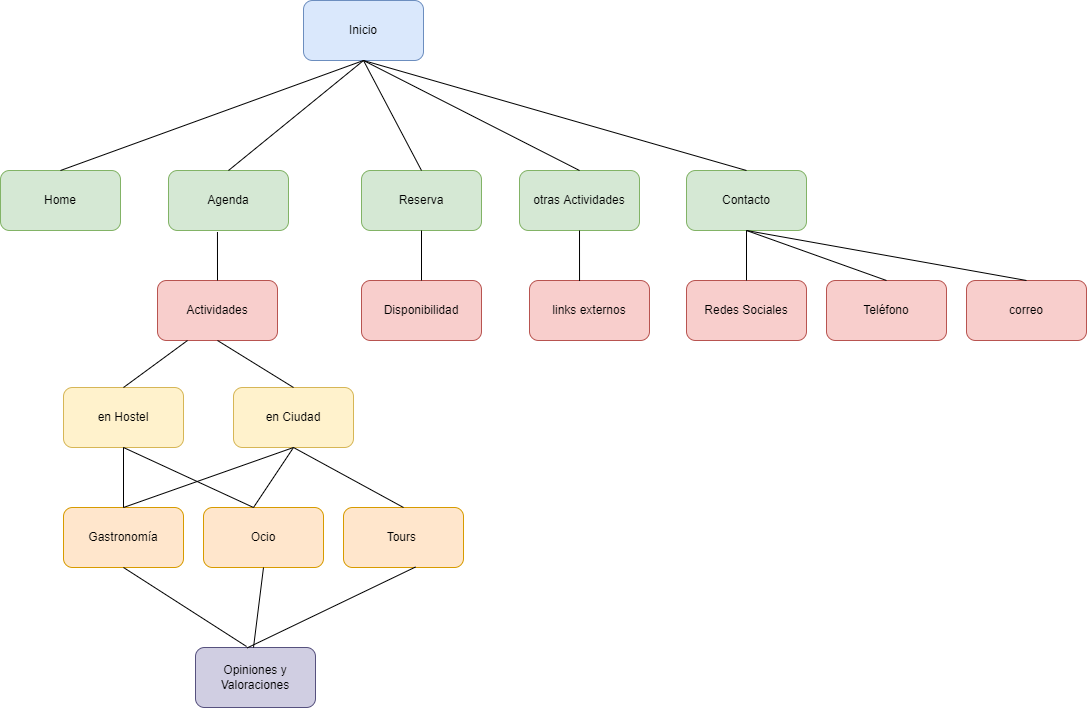
Earlier version of the draw.io export P2/img/SiteMap.png (Gogilga/DIU). Source tidied: cells renumbered, new cells last; positions are measured from the earlier drawing's top-left corner, leaving out a move shared by most shapes. Its diagram source:
```xml
<mxGraphModel>
  <root>
    <mxCell id="0" />
    <mxCell id="1" parent="0" />
    <mxCell id="2" value="Inicio" style="rounded=1;whiteSpace=wrap;html=1;fillColor=#dae8fc;strokeColor=#6c8ebf;" parent="1" vertex="1">
      <mxGeometry x="303" width="120" height="60" as="geometry" />
    </mxCell>
    <mxCell id="3" value="Actividades" style="rounded=1;whiteSpace=wrap;html=1;fillColor=#f8cecc;strokeColor=#b85450;" parent="1" vertex="1">
      <mxGeometry x="157" y="280" width="120" height="60" as="geometry" />
    </mxCell>
    <mxCell id="4" value="Ocio" style="rounded=1;whiteSpace=wrap;html=1;fillColor=#ffe6cc;strokeColor=#d79b00;" parent="1" vertex="1">
      <mxGeometry x="203" y="507" width="120" height="60" as="geometry" />
    </mxCell>
    <mxCell id="5" value="Gastronomía" style="rounded=1;whiteSpace=wrap;html=1;fillColor=#ffe6cc;strokeColor=#d79b00;" parent="1" vertex="1">
      <mxGeometry x="63" y="507" width="120" height="60" as="geometry" />
    </mxCell>
    <mxCell id="6" value="Tours&amp;nbsp;" style="rounded=1;whiteSpace=wrap;html=1;fillColor=#ffe6cc;strokeColor=#d79b00;" parent="1" vertex="1">
      <mxGeometry x="343" y="507" width="120" height="60" as="geometry" />
    </mxCell>
    <mxCell id="7" value="Reserva" style="rounded=1;whiteSpace=wrap;html=1;fillColor=#d5e8d4;strokeColor=#82b366;" parent="1" vertex="1">
      <mxGeometry x="361" y="170" width="120" height="60" as="geometry" />
    </mxCell>
    <mxCell id="8" style="endArrow=none;html=1;rounded=0;entryX=0.5;entryY=0;entryDx=0;entryDy=0;exitX=0.5;exitY=1;exitDx=0;exitDy=0;" parent="1" edge="1" source="2" target="7">
      <mxGeometry relative="1" as="geometry" />
    </mxCell>
    <mxCell id="9" value="Agenda" style="rounded=1;whiteSpace=wrap;html=1;fillColor=#d5e8d4;strokeColor=#82b366;" parent="1" vertex="1">
      <mxGeometry x="168" y="170" width="120" height="60" as="geometry" />
    </mxCell>
    <mxCell id="10" value="en Hostel" style="rounded=1;whiteSpace=wrap;html=1;fillColor=#fff2cc;strokeColor=#d6b656;" parent="1" vertex="1">
      <mxGeometry x="63" y="387" width="120" height="60" as="geometry" />
    </mxCell>
    <mxCell id="11" value="en Ciudad" style="rounded=1;whiteSpace=wrap;html=1;fillColor=#fff2cc;strokeColor=#d6b656;" parent="1" vertex="1">
      <mxGeometry x="233" y="387" width="120" height="60" as="geometry" />
    </mxCell>
    <mxCell id="12" style="endArrow=none;html=1;rounded=0;exitX=0.5;exitY=0;exitDx=0;exitDy=0;" parent="1" edge="1" source="10">
      <mxGeometry relative="1" as="geometry">
        <mxPoint x="187" y="340" as="targetPoint" />
      </mxGeometry>
    </mxCell>
    <mxCell id="13" style="endArrow=none;html=1;rounded=0;entryX=0.5;entryY=1;entryDx=0;entryDy=0;exitX=0.5;exitY=0;exitDx=0;exitDy=0;" parent="1" edge="1" source="11" target="3">
      <mxGeometry relative="1" as="geometry" />
    </mxCell>
    <mxCell id="14" style="endArrow=none;html=1;rounded=0;entryX=0.5;entryY=1;entryDx=0;entryDy=0;exitX=0.5;exitY=0;exitDx=0;exitDy=0;" parent="1" edge="1" source="5" target="10">
      <mxGeometry relative="1" as="geometry" />
    </mxCell>
    <mxCell id="15" style="endArrow=none;html=1;rounded=0;exitX=0.5;exitY=1;exitDx=0;exitDy=0;" parent="1" edge="1" source="10">
      <mxGeometry relative="1" as="geometry">
        <mxPoint x="253" y="507" as="targetPoint" />
      </mxGeometry>
    </mxCell>
    <mxCell id="16" style="endArrow=none;html=1;rounded=0;entryX=0.5;entryY=1;entryDx=0;entryDy=0;exitX=0.5;exitY=0;exitDx=0;exitDy=0;" parent="1" edge="1" source="6" target="11">
      <mxGeometry relative="1" as="geometry" />
    </mxCell>
    <mxCell id="17" style="endArrow=none;html=1;rounded=0;" parent="1" edge="1">
      <mxGeometry relative="1" as="geometry">
        <mxPoint x="123" y="507" as="sourcePoint" />
        <mxPoint x="293" y="447" as="targetPoint" />
      </mxGeometry>
    </mxCell>
    <mxCell id="18" style="endArrow=none;html=1;rounded=0;entryX=0.5;entryY=1;entryDx=0;entryDy=0;" parent="1" edge="1" target="11">
      <mxGeometry relative="1" as="geometry">
        <mxPoint x="253" y="507" as="sourcePoint" />
      </mxGeometry>
    </mxCell>
    <mxCell id="19" style="endArrow=none;html=1;rounded=0;entryX=0.408;entryY=1.025;entryDx=0;entryDy=0;entryPerimeter=0;exitX=0.5;exitY=0;exitDx=0;exitDy=0;" parent="1" edge="1" source="3" target="9">
      <mxGeometry relative="1" as="geometry" />
    </mxCell>
    <mxCell id="20" style="endArrow=none;html=1;rounded=0;entryX=0.5;entryY=1;entryDx=0;entryDy=0;exitX=0.5;exitY=0;exitDx=0;exitDy=0;" parent="1" edge="1" source="9" target="2">
      <mxGeometry relative="1" as="geometry" />
    </mxCell>
    <mxCell id="21" value="Opiniones y Valoraciones" style="rounded=1;whiteSpace=wrap;html=1;fillColor=#d0cee2;strokeColor=#56517e;" parent="1" vertex="1">
      <mxGeometry x="195" y="647" width="120" height="60" as="geometry" />
    </mxCell>
    <mxCell id="22" style="endArrow=none;html=1;rounded=0;entryX=0.442;entryY=-0.017;entryDx=0;entryDy=0;entryPerimeter=0;exitX=0.5;exitY=1;exitDx=0;exitDy=0;" parent="1" edge="1" source="5">
      <mxGeometry relative="1" as="geometry">
        <mxPoint x="246" y="646" as="targetPoint" />
      </mxGeometry>
    </mxCell>
    <mxCell id="23" style="endArrow=none;html=1;rounded=0;entryX=0.5;entryY=1;entryDx=0;entryDy=0;exitX=0.5;exitY=0;exitDx=0;exitDy=0;" parent="1" edge="1" target="4">
      <mxGeometry relative="1" as="geometry">
        <mxPoint x="253" y="647" as="sourcePoint" />
      </mxGeometry>
    </mxCell>
    <mxCell id="24" style="endArrow=none;html=1;rounded=0;entryX=0.6;entryY=0.992;entryDx=0;entryDy=0;entryPerimeter=0;exitX=0.446;exitY=0.008;exitDx=0;exitDy=0;exitPerimeter=0;" parent="1" edge="1" target="6">
      <mxGeometry relative="1" as="geometry">
        <mxPoint x="246.5" y="647.5" as="sourcePoint" />
      </mxGeometry>
    </mxCell>
    <mxCell id="25" value="Disponibilidad" style="rounded=1;whiteSpace=wrap;html=1;fillColor=#f8cecc;strokeColor=#b85450;" parent="1" vertex="1">
      <mxGeometry x="361" y="280" width="120" height="60" as="geometry" />
    </mxCell>
    <mxCell id="26" style="endArrow=none;html=1;rounded=0;entryX=0.5;entryY=1;entryDx=0;entryDy=0;exitX=0.5;exitY=0;exitDx=0;exitDy=0;" parent="1" edge="1" source="25" target="7">
      <mxGeometry relative="1" as="geometry" />
    </mxCell>
    <mxCell id="27" value="Home" style="rounded=1;whiteSpace=wrap;html=1;fillColor=#d5e8d4;strokeColor=#82b366;" parent="1" vertex="1">
      <mxGeometry y="170" width="120" height="60" as="geometry" />
    </mxCell>
    <mxCell id="28" style="endArrow=none;html=1;rounded=0;entryX=0.5;entryY=1;entryDx=0;entryDy=0;exitX=0.5;exitY=0;exitDx=0;exitDy=0;" parent="1" edge="1" source="27" target="2">
      <mxGeometry relative="1" as="geometry" />
    </mxCell>
    <mxCell id="29" value="otras Actividades" style="rounded=1;whiteSpace=wrap;html=1;fillColor=#d5e8d4;strokeColor=#82b366;" parent="1" vertex="1">
      <mxGeometry x="519" y="170" width="120" height="60" as="geometry" />
    </mxCell>
    <mxCell id="30" style="endArrow=none;html=1;rounded=0;exitX=0.5;exitY=1;exitDx=0;exitDy=0;entryX=0.5;entryY=0;entryDx=0;entryDy=0;" parent="1" edge="1" source="2" target="29">
      <mxGeometry relative="1" as="geometry" />
    </mxCell>
    <mxCell id="31" value="links externos" style="rounded=1;whiteSpace=wrap;html=1;fillColor=#f8cecc;strokeColor=#b85450;" parent="1" vertex="1">
      <mxGeometry x="529" y="280" width="120" height="60" as="geometry" />
    </mxCell>
    <mxCell id="32" style="endArrow=none;html=1;rounded=0;exitX=0.417;exitY=0.008;exitDx=0;exitDy=0;exitPerimeter=0;" parent="1" edge="1" source="31" target="29">
      <mxGeometry relative="1" as="geometry" />
    </mxCell>
    <mxCell id="33" value="Contacto" style="rounded=1;whiteSpace=wrap;html=1;fillColor=#d5e8d4;strokeColor=#82b366;" parent="1" vertex="1">
      <mxGeometry x="686" y="170" width="120" height="60" as="geometry" />
    </mxCell>
    <mxCell id="34" value="Redes Sociales" style="rounded=1;whiteSpace=wrap;html=1;fillColor=#f8cecc;strokeColor=#b85450;" parent="1" vertex="1">
      <mxGeometry x="686" y="280" width="120" height="60" as="geometry" />
    </mxCell>
    <mxCell id="35" value="Teléfono" style="rounded=1;whiteSpace=wrap;html=1;fillColor=#f8cecc;strokeColor=#b85450;" parent="1" vertex="1">
      <mxGeometry x="826" y="280" width="120" height="60" as="geometry" />
    </mxCell>
    <mxCell id="36" style="endArrow=none;html=1;rounded=0;entryX=0.5;entryY=1;entryDx=0;entryDy=0;exitX=0.5;exitY=0;exitDx=0;exitDy=0;" parent="1" edge="1" source="34" target="33">
      <mxGeometry relative="1" as="geometry" />
    </mxCell>
    <mxCell id="37" style="endArrow=none;html=1;rounded=0;entryX=0.5;entryY=1;entryDx=0;entryDy=0;exitX=0.5;exitY=0;exitDx=0;exitDy=0;" parent="1" edge="1" source="35" target="33">
      <mxGeometry relative="1" as="geometry" />
    </mxCell>
    <mxCell id="38" style="endArrow=none;html=1;rounded=0;entryX=0.5;entryY=0;entryDx=0;entryDy=0;exitX=0.5;exitY=1;exitDx=0;exitDy=0;" parent="1" edge="1" source="2" target="33">
      <mxGeometry relative="1" as="geometry" />
    </mxCell>
    <mxCell id="39" value="correo" style="rounded=1;whiteSpace=wrap;html=1;fillColor=#f8cecc;strokeColor=#b85450;" parent="1" vertex="1">
      <mxGeometry x="966" y="280" width="120" height="60" as="geometry" />
    </mxCell>
    <mxCell id="40" style="endArrow=none;html=1;rounded=0;entryX=0.5;entryY=1;entryDx=0;entryDy=0;exitX=0.5;exitY=0;exitDx=0;exitDy=0;" parent="1" edge="1" source="39" target="33">
      <mxGeometry relative="1" as="geometry" />
    </mxCell>
  </root>
</mxGraphModel>
```
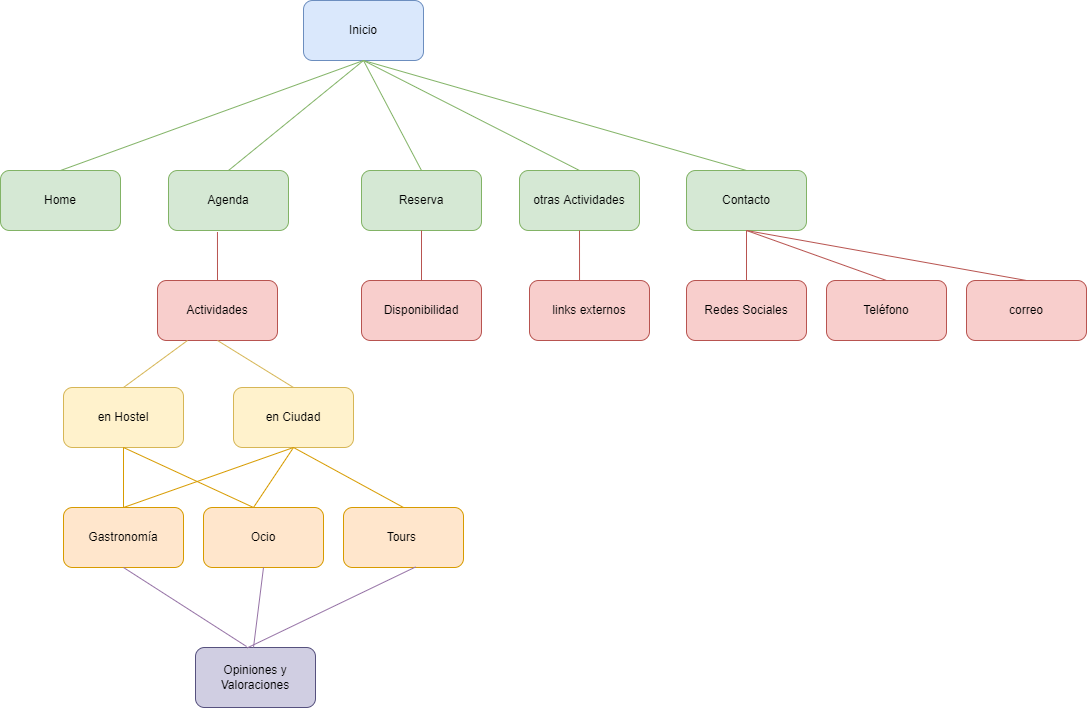
After the commit.

The edit, as a diff of the source:
```diff
@@ -20,7 +20,7 @@
     <mxCell id="7" value="Reserva" style="rounded=1;whiteSpace=wrap;html=1;fillColor=#d5e8d4;strokeColor=#82b366;" parent="1" vertex="1">
       <mxGeometry x="361" y="170" width="120" height="60" as="geometry" />
     </mxCell>
-    <mxCell id="8" style="endArrow=none;html=1;rounded=0;entryX=0.5;entryY=0;entryDx=0;entryDy=0;exitX=0.5;exitY=1;exitDx=0;exitDy=0;" parent="1" edge="1" source="2" target="7">
+    <mxCell id="8" style="endArrow=none;html=1;rounded=0;entryX=0.5;entryY=0;entryDx=0;entryDy=0;exitX=0.5;exitY=1;exitDx=0;exitDy=0;fillColor=#d5e8d4;strokeColor=#82b366;" parent="1" edge="1" source="2" target="7">
       <mxGeometry relative="1" as="geometry" />
     </mxCell>
     <mxCell id="9" value="Agenda" style="rounded=1;whiteSpace=wrap;html=1;fillColor=#d5e8d4;strokeColor=#82b366;" parent="1" vertex="1">
@@ -32,56 +32,56 @@
     <mxCell id="11" value="en Ciudad" style="rounded=1;whiteSpace=wrap;html=1;fillColor=#fff2cc;strokeColor=#d6b656;" parent="1" vertex="1">
       <mxGeometry x="233" y="387" width="120" height="60" as="geometry" />
     </mxCell>
-    <mxCell id="12" style="endArrow=none;html=1;rounded=0;exitX=0.5;exitY=0;exitDx=0;exitDy=0;" parent="1" edge="1" source="10">
+    <mxCell id="12" style="endArrow=none;html=1;rounded=0;exitX=0.5;exitY=0;exitDx=0;exitDy=0;fillColor=#fff2cc;strokeColor=#d6b656;" parent="1" edge="1" source="10">
       <mxGeometry relative="1" as="geometry">
         <mxPoint x="187" y="340" as="targetPoint" />
       </mxGeometry>
     </mxCell>
-    <mxCell id="13" style="endArrow=none;html=1;rounded=0;entryX=0.5;entryY=1;entryDx=0;entryDy=0;exitX=0.5;exitY=0;exitDx=0;exitDy=0;" parent="1" edge="1" source="11" target="3">
+    <mxCell id="13" style="endArrow=none;html=1;rounded=0;entryX=0.5;entryY=1;entryDx=0;entryDy=0;exitX=0.5;exitY=0;exitDx=0;exitDy=0;fillColor=#fff2cc;strokeColor=#d6b656;" parent="1" edge="1" source="11" target="3">
       <mxGeometry relative="1" as="geometry" />
     </mxCell>
-    <mxCell id="14" style="endArrow=none;html=1;rounded=0;entryX=0.5;entryY=1;entryDx=0;entryDy=0;exitX=0.5;exitY=0;exitDx=0;exitDy=0;" parent="1" edge="1" source="5" target="10">
+    <mxCell id="14" style="endArrow=none;html=1;rounded=0;entryX=0.5;entryY=1;entryDx=0;entryDy=0;exitX=0.5;exitY=0;exitDx=0;exitDy=0;fillColor=#ffe6cc;strokeColor=#d79b00;" parent="1" edge="1" source="5" target="10">
       <mxGeometry relative="1" as="geometry" />
     </mxCell>
-    <mxCell id="15" style="endArrow=none;html=1;rounded=0;exitX=0.5;exitY=1;exitDx=0;exitDy=0;" parent="1" edge="1" source="10">
+    <mxCell id="15" style="endArrow=none;html=1;rounded=0;exitX=0.5;exitY=1;exitDx=0;exitDy=0;fillColor=#ffe6cc;strokeColor=#d79b00;" parent="1" edge="1" source="10">
       <mxGeometry relative="1" as="geometry">
         <mxPoint x="253" y="507" as="targetPoint" />
       </mxGeometry>
     </mxCell>
-    <mxCell id="16" style="endArrow=none;html=1;rounded=0;entryX=0.5;entryY=1;entryDx=0;entryDy=0;exitX=0.5;exitY=0;exitDx=0;exitDy=0;" parent="1" edge="1" source="6" target="11">
+    <mxCell id="16" style="endArrow=none;html=1;rounded=0;entryX=0.5;entryY=1;entryDx=0;entryDy=0;exitX=0.5;exitY=0;exitDx=0;exitDy=0;fillColor=#ffe6cc;strokeColor=#d79b00;" parent="1" edge="1" source="6" target="11">
       <mxGeometry relative="1" as="geometry" />
     </mxCell>
-    <mxCell id="17" style="endArrow=none;html=1;rounded=0;" parent="1" edge="1">
+    <mxCell id="17" style="endArrow=none;html=1;rounded=0;fillColor=#ffe6cc;strokeColor=#d79b00;" parent="1" edge="1">
       <mxGeometry relative="1" as="geometry">
         <mxPoint x="123" y="507" as="sourcePoint" />
         <mxPoint x="293" y="447" as="targetPoint" />
       </mxGeometry>
     </mxCell>
-    <mxCell id="18" style="endArrow=none;html=1;rounded=0;entryX=0.5;entryY=1;entryDx=0;entryDy=0;" parent="1" edge="1" target="11">
+    <mxCell id="18" style="endArrow=none;html=1;rounded=0;entryX=0.5;entryY=1;entryDx=0;entryDy=0;fillColor=#ffe6cc;strokeColor=#d79b00;" parent="1" edge="1" target="11">
       <mxGeometry relative="1" as="geometry">
         <mxPoint x="253" y="507" as="sourcePoint" />
       </mxGeometry>
     </mxCell>
-    <mxCell id="19" style="endArrow=none;html=1;rounded=0;entryX=0.408;entryY=1.025;entryDx=0;entryDy=0;entryPerimeter=0;exitX=0.5;exitY=0;exitDx=0;exitDy=0;" parent="1" edge="1" source="3" target="9">
+    <mxCell id="19" style="endArrow=none;html=1;rounded=0;entryX=0.408;entryY=1.025;entryDx=0;entryDy=0;entryPerimeter=0;exitX=0.5;exitY=0;exitDx=0;exitDy=0;fillColor=#f8cecc;strokeColor=#b85450;" parent="1" edge="1" source="3" target="9">
       <mxGeometry relative="1" as="geometry" />
     </mxCell>
-    <mxCell id="20" style="endArrow=none;html=1;rounded=0;entryX=0.5;entryY=1;entryDx=0;entryDy=0;exitX=0.5;exitY=0;exitDx=0;exitDy=0;" parent="1" edge="1" source="9" target="2">
+    <mxCell id="20" style="endArrow=none;html=1;rounded=0;entryX=0.5;entryY=1;entryDx=0;entryDy=0;exitX=0.5;exitY=0;exitDx=0;exitDy=0;fillColor=#d5e8d4;strokeColor=#82b366;" parent="1" edge="1" source="9" target="2">
       <mxGeometry relative="1" as="geometry" />
     </mxCell>
     <mxCell id="21" value="Opiniones y Valoraciones" style="rounded=1;whiteSpace=wrap;html=1;fillColor=#d0cee2;strokeColor=#56517e;" parent="1" vertex="1">
       <mxGeometry x="195" y="647" width="120" height="60" as="geometry" />
     </mxCell>
-    <mxCell id="22" style="endArrow=none;html=1;rounded=0;entryX=0.442;entryY=-0.017;entryDx=0;entryDy=0;entryPerimeter=0;exitX=0.5;exitY=1;exitDx=0;exitDy=0;" parent="1" edge="1" source="5">
+    <mxCell id="22" style="endArrow=none;html=1;rounded=0;entryX=0.442;entryY=-0.017;entryDx=0;entryDy=0;entryPerimeter=0;exitX=0.5;exitY=1;exitDx=0;exitDy=0;fillColor=#e1d5e7;strokeColor=#9673a6;" parent="1" edge="1" source="5">
       <mxGeometry relative="1" as="geometry">
         <mxPoint x="246" y="646" as="targetPoint" />
       </mxGeometry>
     </mxCell>
-    <mxCell id="23" style="endArrow=none;html=1;rounded=0;entryX=0.5;entryY=1;entryDx=0;entryDy=0;exitX=0.5;exitY=0;exitDx=0;exitDy=0;" parent="1" edge="1" target="4">
+    <mxCell id="23" style="endArrow=none;html=1;rounded=0;entryX=0.5;entryY=1;entryDx=0;entryDy=0;exitX=0.5;exitY=0;exitDx=0;exitDy=0;fillColor=#e1d5e7;strokeColor=#9673a6;" parent="1" edge="1" target="4">
       <mxGeometry relative="1" as="geometry">
         <mxPoint x="253" y="647" as="sourcePoint" />
       </mxGeometry>
     </mxCell>
-    <mxCell id="24" style="endArrow=none;html=1;rounded=0;entryX=0.6;entryY=0.992;entryDx=0;entryDy=0;entryPerimeter=0;exitX=0.446;exitY=0.008;exitDx=0;exitDy=0;exitPerimeter=0;" parent="1" edge="1" target="6">
+    <mxCell id="24" style="endArrow=none;html=1;rounded=0;entryX=0.6;entryY=0.992;entryDx=0;entryDy=0;entryPerimeter=0;exitX=0.446;exitY=0.008;exitDx=0;exitDy=0;exitPerimeter=0;fillColor=#e1d5e7;strokeColor=#9673a6;" parent="1" edge="1" target="6">
       <mxGeometry relative="1" as="geometry">
         <mxPoint x="246.5" y="647.5" as="sourcePoint" />
       </mxGeometry>
@@ -89,25 +89,25 @@
     <mxCell id="25" value="Disponibilidad" style="rounded=1;whiteSpace=wrap;html=1;fillColor=#f8cecc;strokeColor=#b85450;" parent="1" vertex="1">
       <mxGeometry x="361" y="280" width="120" height="60" as="geometry" />
     </mxCell>
-    <mxCell id="26" style="endArrow=none;html=1;rounded=0;entryX=0.5;entryY=1;entryDx=0;entryDy=0;exitX=0.5;exitY=0;exitDx=0;exitDy=0;" parent="1" edge="1" source="25" target="7">
+    <mxCell id="26" style="endArrow=none;html=1;rounded=0;entryX=0.5;entryY=1;entryDx=0;entryDy=0;exitX=0.5;exitY=0;exitDx=0;exitDy=0;fillColor=#f8cecc;strokeColor=#b85450;" parent="1" edge="1" source="25" target="7">
       <mxGeometry relative="1" as="geometry" />
     </mxCell>
     <mxCell id="27" value="Home" style="rounded=1;whiteSpace=wrap;html=1;fillColor=#d5e8d4;strokeColor=#82b366;" parent="1" vertex="1">
       <mxGeometry y="170" width="120" height="60" as="geometry" />
     </mxCell>
-    <mxCell id="28" style="endArrow=none;html=1;rounded=0;entryX=0.5;entryY=1;entryDx=0;entryDy=0;exitX=0.5;exitY=0;exitDx=0;exitDy=0;" parent="1" edge="1" source="27" target="2">
+    <mxCell id="28" style="endArrow=none;html=1;rounded=0;entryX=0.5;entryY=1;entryDx=0;entryDy=0;exitX=0.5;exitY=0;exitDx=0;exitDy=0;fillColor=#d5e8d4;strokeColor=#82b366;" parent="1" edge="1" source="27" target="2">
       <mxGeometry relative="1" as="geometry" />
     </mxCell>
     <mxCell id="29" value="otras Actividades" style="rounded=1;whiteSpace=wrap;html=1;fillColor=#d5e8d4;strokeColor=#82b366;" parent="1" vertex="1">
       <mxGeometry x="519" y="170" width="120" height="60" as="geometry" />
     </mxCell>
-    <mxCell id="30" style="endArrow=none;html=1;rounded=0;exitX=0.5;exitY=1;exitDx=0;exitDy=0;entryX=0.5;entryY=0;entryDx=0;entryDy=0;" parent="1" edge="1" source="2" target="29">
+    <mxCell id="30" style="endArrow=none;html=1;rounded=0;exitX=0.5;exitY=1;exitDx=0;exitDy=0;entryX=0.5;entryY=0;entryDx=0;entryDy=0;fillColor=#d5e8d4;strokeColor=#82b366;" parent="1" edge="1" source="2" target="29">
       <mxGeometry relative="1" as="geometry" />
     </mxCell>
     <mxCell id="31" value="links externos" style="rounded=1;whiteSpace=wrap;html=1;fillColor=#f8cecc;strokeColor=#b85450;" parent="1" vertex="1">
       <mxGeometry x="529" y="280" width="120" height="60" as="geometry" />
     </mxCell>
-    <mxCell id="32" style="endArrow=none;html=1;rounded=0;exitX=0.417;exitY=0.008;exitDx=0;exitDy=0;exitPerimeter=0;" parent="1" edge="1" source="31" target="29">
+    <mxCell id="32" style="endArrow=none;html=1;rounded=0;exitX=0.417;exitY=0.008;exitDx=0;exitDy=0;exitPerimeter=0;fillColor=#f8cecc;strokeColor=#b85450;" parent="1" edge="1" source="31" target="29">
       <mxGeometry relative="1" as="geometry" />
     </mxCell>
     <mxCell id="33" value="Contacto" style="rounded=1;whiteSpace=wrap;html=1;fillColor=#d5e8d4;strokeColor=#82b366;" parent="1" vertex="1">
@@ -119,19 +119,19 @@
     <mxCell id="35" value="Teléfono" style="rounded=1;whiteSpace=wrap;html=1;fillColor=#f8cecc;strokeColor=#b85450;" parent="1" vertex="1">
       <mxGeometry x="826" y="280" width="120" height="60" as="geometry" />
     </mxCell>
-    <mxCell id="36" style="endArrow=none;html=1;rounded=0;entryX=0.5;entryY=1;entryDx=0;entryDy=0;exitX=0.5;exitY=0;exitDx=0;exitDy=0;" parent="1" edge="1" source="34" target="33">
+    <mxCell id="36" style="endArrow=none;html=1;rounded=0;entryX=0.5;entryY=1;entryDx=0;entryDy=0;exitX=0.5;exitY=0;exitDx=0;exitDy=0;fillColor=#f8cecc;strokeColor=#b85450;" parent="1" edge="1" source="34" target="33">
       <mxGeometry relative="1" as="geometry" />
     </mxCell>
-    <mxCell id="37" style="endArrow=none;html=1;rounded=0;entryX=0.5;entryY=1;entryDx=0;entryDy=0;exitX=0.5;exitY=0;exitDx=0;exitDy=0;" parent="1" edge="1" source="35" target="33">
+    <mxCell id="37" style="endArrow=none;html=1;rounded=0;entryX=0.5;entryY=1;entryDx=0;entryDy=0;exitX=0.5;exitY=0;exitDx=0;exitDy=0;fillColor=#f8cecc;strokeColor=#b85450;" parent="1" edge="1" source="35" target="33">
       <mxGeometry relative="1" as="geometry" />
     </mxCell>
-    <mxCell id="38" style="endArrow=none;html=1;rounded=0;entryX=0.5;entryY=0;entryDx=0;entryDy=0;exitX=0.5;exitY=1;exitDx=0;exitDy=0;" parent="1" edge="1" source="2" target="33">
+    <mxCell id="38" style="endArrow=none;html=1;rounded=0;entryX=0.5;entryY=0;entryDx=0;entryDy=0;exitX=0.5;exitY=1;exitDx=0;exitDy=0;fillColor=#d5e8d4;strokeColor=#82b366;" parent="1" edge="1" source="2" target="33">
       <mxGeometry relative="1" as="geometry" />
     </mxCell>
     <mxCell id="39" value="correo" style="rounded=1;whiteSpace=wrap;html=1;fillColor=#f8cecc;strokeColor=#b85450;" parent="1" vertex="1">
       <mxGeometry x="966" y="280" width="120" height="60" as="geometry" />
     </mxCell>
-    <mxCell id="40" style="endArrow=none;html=1;rounded=0;entryX=0.5;entryY=1;entryDx=0;entryDy=0;exitX=0.5;exitY=0;exitDx=0;exitDy=0;" parent="1" edge="1" source="39" target="33">
+    <mxCell id="40" style="endArrow=none;html=1;rounded=0;entryX=0.5;entryY=1;entryDx=0;entryDy=0;exitX=0.5;exitY=0;exitDx=0;exitDy=0;fillColor=#f8cecc;strokeColor=#b85450;" parent="1" edge="1" source="39" target="33">
       <mxGeometry relative="1" as="geometry" />
     </mxCell>
   </root>
```
